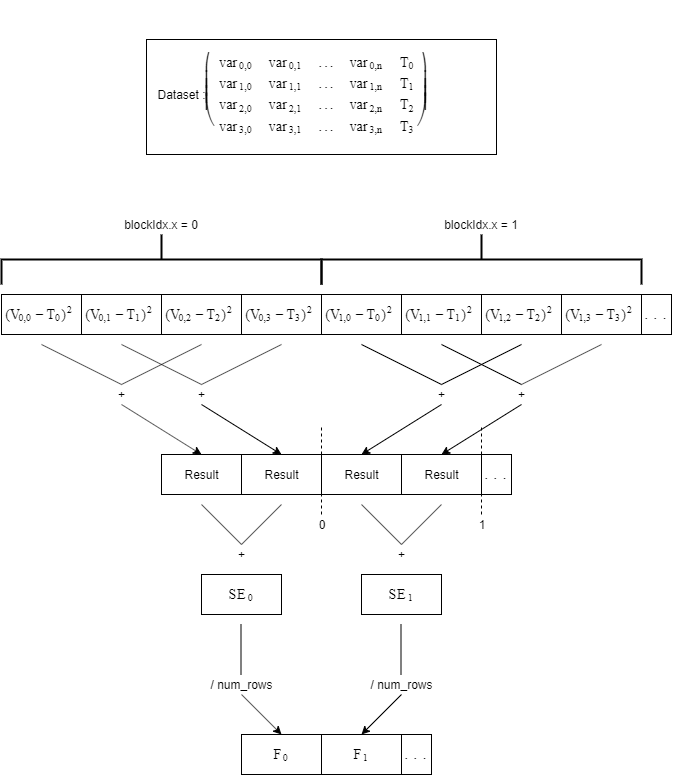
Before: paper_latex/Fitness_Calculation1.png, a diagram exported from draw.io (JoaoDavid/pcm1920_project). Source tidied: cells renumbered, new cells last; positions are measured from the earlier drawing's top-left corner, leaving out a move shared by most shapes. Source of this version:
```xml
<mxGraphModel math="1">
  <root>
    <mxCell id="0" />
    <mxCell id="1" parent="0" />
    <mxCell id="2" value="Result" style="rounded=0;whiteSpace=wrap;html=1;" parent="1" vertex="1">
      <mxGeometry x="160" y="415" width="80" height="40" as="geometry" />
    </mxCell>
    <mxCell id="3" style="endArrow=none;dashed=1;html=1;" parent="1" edge="1">
      <mxGeometry relative="1" as="geometry">
        <mxPoint x="320" y="475" as="sourcePoint" />
        <mxPoint x="320" y="385" as="targetPoint" />
      </mxGeometry>
    </mxCell>
    <mxCell id="4" value="0" style="text;html=1;strokeColor=none;fillColor=none;align=center;verticalAlign=middle;whiteSpace=wrap;rounded=0;" parent="1" vertex="1">
      <mxGeometry x="300" y="475" width="40" height="20" as="geometry" />
    </mxCell>
    <mxCell id="5" style="endArrow=none;html=1;" parent="1" edge="1">
      <mxGeometry relative="1" as="geometry">
        <mxPoint x="240" y="505" as="sourcePoint" />
        <mxPoint x="200" y="465" as="targetPoint" />
      </mxGeometry>
    </mxCell>
    <mxCell id="6" style="endArrow=none;html=1;" parent="1" edge="1">
      <mxGeometry relative="1" as="geometry">
        <mxPoint x="240" y="505" as="sourcePoint" />
        <mxPoint x="280" y="465" as="targetPoint" />
      </mxGeometry>
    </mxCell>
    <mxCell id="7" value="Result" style="rounded=0;whiteSpace=wrap;html=1;" parent="1" vertex="1">
      <mxGeometry x="240" y="415" width="80" height="40" as="geometry" />
    </mxCell>
    <mxCell id="8" value="Result" style="rounded=0;whiteSpace=wrap;html=1;" parent="1" vertex="1">
      <mxGeometry x="320" y="415" width="80" height="40" as="geometry" />
    </mxCell>
    <mxCell id="9" value="Result" style="rounded=0;whiteSpace=wrap;html=1;" parent="1" vertex="1">
      <mxGeometry x="400" y="415" width="80" height="40" as="geometry" />
    </mxCell>
    <mxCell id="10" value="$$.\ .\ .$$" style="rounded=0;whiteSpace=wrap;html=1;" parent="1" vertex="1">
      <mxGeometry x="480" y="415" width="30" height="40" as="geometry" />
    </mxCell>
    <mxCell id="11" value="+" style="text;html=1;strokeColor=none;fillColor=none;align=center;verticalAlign=middle;whiteSpace=wrap;rounded=0;" parent="1" vertex="1">
      <mxGeometry x="220" y="505" width="40" height="20" as="geometry" />
    </mxCell>
    <mxCell id="12" value="$$SE_0$$" style="rounded=0;whiteSpace=wrap;html=1;" parent="1" vertex="1">
      <mxGeometry x="200" y="535" width="80" height="40" as="geometry" />
    </mxCell>
    <mxCell id="13" value="$$SE_1$$" style="rounded=0;whiteSpace=wrap;html=1;" parent="1" vertex="1">
      <mxGeometry x="360" y="535" width="80" height="40" as="geometry" />
    </mxCell>
    <mxCell id="14" style="endArrow=none;html=1;" parent="1" edge="1">
      <mxGeometry relative="1" as="geometry">
        <mxPoint x="400" y="505" as="sourcePoint" />
        <mxPoint x="360" y="465" as="targetPoint" />
      </mxGeometry>
    </mxCell>
    <mxCell id="15" style="endArrow=none;html=1;" parent="1" edge="1">
      <mxGeometry relative="1" as="geometry">
        <mxPoint x="400" y="505" as="sourcePoint" />
        <mxPoint x="440" y="465" as="targetPoint" />
      </mxGeometry>
    </mxCell>
    <mxCell id="16" value="+" style="text;html=1;strokeColor=none;fillColor=none;align=center;verticalAlign=middle;whiteSpace=wrap;rounded=0;" parent="1" vertex="1">
      <mxGeometry x="380" y="505" width="40" height="20" as="geometry" />
    </mxCell>
    <mxCell id="17" style="endArrow=none;html=1;" parent="1" edge="1">
      <mxGeometry relative="1" as="geometry">
        <mxPoint x="239.5" y="635" as="sourcePoint" />
        <mxPoint x="239.5" y="585" as="targetPoint" />
      </mxGeometry>
    </mxCell>
    <mxCell id="18" value="/ num_rows" style="text;html=1;strokeColor=none;fillColor=none;align=center;verticalAlign=middle;whiteSpace=wrap;rounded=0;" parent="1" vertex="1">
      <mxGeometry x="205" y="635" width="70" height="20" as="geometry" />
    </mxCell>
    <mxCell id="19" style="endArrow=none;html=1;" parent="1" edge="1">
      <mxGeometry relative="1" as="geometry">
        <mxPoint x="399.5" y="635" as="sourcePoint" />
        <mxPoint x="399.5" y="585" as="targetPoint" />
      </mxGeometry>
    </mxCell>
    <mxCell id="20" value="/ num_rows" style="text;html=1;strokeColor=none;fillColor=none;align=center;verticalAlign=middle;whiteSpace=wrap;rounded=0;" parent="1" vertex="1">
      <mxGeometry x="365" y="635" width="70" height="20" as="geometry" />
    </mxCell>
    <mxCell id="21" value="$$F_0$$" style="rounded=0;whiteSpace=wrap;html=1;" parent="1" vertex="1">
      <mxGeometry x="240" y="695" width="80" height="40" as="geometry" />
    </mxCell>
    <mxCell id="22" value="$$F_1$$" style="rounded=0;whiteSpace=wrap;html=1;" parent="1" vertex="1">
      <mxGeometry x="320" y="695" width="80" height="40" as="geometry" />
    </mxCell>
    <mxCell id="23" style="endArrow=classic;html=1;exitX=0.5;exitY=1;exitDx=0;exitDy=0;entryX=0.5;entryY=0;entryDx=0;entryDy=0;" parent="1" edge="1" source="18" target="21">
      <mxGeometry relative="1" as="geometry" />
    </mxCell>
    <mxCell id="24" style="endArrow=classic;html=1;entryX=0.5;entryY=0;entryDx=0;entryDy=0;exitX=0.5;exitY=1;exitDx=0;exitDy=0;" parent="1" edge="1" source="20" target="22">
      <mxGeometry relative="1" as="geometry" />
    </mxCell>
    <mxCell id="25" value="$$.\ .\ .$$" style="rounded=0;whiteSpace=wrap;html=1;" parent="1" vertex="1">
      <mxGeometry x="400" y="695" width="30" height="40" as="geometry" />
    </mxCell>
    <mxCell id="26" style="endArrow=none;dashed=1;html=1;" parent="1" edge="1">
      <mxGeometry relative="1" as="geometry">
        <mxPoint x="480" y="475" as="sourcePoint" />
        <mxPoint x="480" y="385" as="targetPoint" />
      </mxGeometry>
    </mxCell>
    <mxCell id="27" value="1" style="text;html=1;strokeColor=none;fillColor=none;align=center;verticalAlign=middle;whiteSpace=wrap;rounded=0;" parent="1" vertex="1">
      <mxGeometry x="460" y="475" width="40" height="20" as="geometry" />
    </mxCell>
    <mxCell id="28" value="$$(V_{0,0}- T_{0})^{2}$$" style="rounded=0;whiteSpace=wrap;html=1;" parent="1" vertex="1">
      <mxGeometry y="255" width="80" height="40" as="geometry" />
    </mxCell>
    <mxCell id="29" value="$$(V_{0,1} - T_{1})^{2}$$" style="rounded=0;whiteSpace=wrap;html=1;" parent="1" vertex="1">
      <mxGeometry x="80" y="255" width="80" height="40" as="geometry" />
    </mxCell>
    <mxCell id="30" value="$$(V_{0,2}- T_{2})^{2}$$" style="rounded=0;whiteSpace=wrap;html=1;" parent="1" vertex="1">
      <mxGeometry x="160" y="255" width="80" height="40" as="geometry" />
    </mxCell>
    <mxCell id="31" value="$$(V_{0,3} - T_{3})^{2}&lt;br&gt;$$" style="rounded=0;whiteSpace=wrap;html=1;" parent="1" vertex="1">
      <mxGeometry x="240" y="255" width="80" height="40" as="geometry" />
    </mxCell>
    <mxCell id="32" value="$$(V_{1,0} - T_{0})^{2}&lt;br&gt;$$" style="rounded=0;whiteSpace=wrap;html=1;" parent="1" vertex="1">
      <mxGeometry x="320" y="255" width="80" height="40" as="geometry" />
    </mxCell>
    <mxCell id="33" value="$$(V_{1,1}- T_{1})^{2}&lt;br&gt;$$" style="rounded=0;whiteSpace=wrap;html=1;" parent="1" vertex="1">
      <mxGeometry x="400" y="255" width="80" height="40" as="geometry" />
    </mxCell>
    <mxCell id="34" value="$$(V_{1,2}- T_{2})^{2}&lt;br&gt;$$" style="rounded=0;whiteSpace=wrap;html=1;" parent="1" vertex="1">
      <mxGeometry x="480" y="255" width="80" height="40" as="geometry" />
    </mxCell>
    <mxCell id="35" value="$$(V_{1,3} - T_{3})^{2}&lt;br&gt;$$" style="rounded=0;whiteSpace=wrap;html=1;" parent="1" vertex="1">
      <mxGeometry x="560" y="255" width="80" height="40" as="geometry" />
    </mxCell>
    <mxCell id="36" value="$$.\ .\ .$$" style="rounded=0;whiteSpace=wrap;html=1;" parent="1" vertex="1">
      <mxGeometry x="640" y="255" width="30" height="40" as="geometry" />
    </mxCell>
    <mxCell id="37" style="endArrow=none;html=1;" parent="1" edge="1">
      <mxGeometry relative="1" as="geometry">
        <mxPoint x="120" y="345" as="sourcePoint" />
        <mxPoint x="40" y="305" as="targetPoint" />
      </mxGeometry>
    </mxCell>
    <mxCell id="38" style="endArrow=none;html=1;" parent="1" edge="1">
      <mxGeometry relative="1" as="geometry">
        <mxPoint x="120" y="345" as="sourcePoint" />
        <mxPoint x="200" y="305" as="targetPoint" />
      </mxGeometry>
    </mxCell>
    <mxCell id="39" style="rounded=0;jettySize=auto;html=1;exitX=0.5;exitY=1;exitDx=0;exitDy=0;entryX=0.5;entryY=0;entryDx=0;entryDy=0;" parent="1" edge="1" source="40" target="2">
      <mxGeometry relative="1" as="geometry" />
    </mxCell>
    <mxCell id="40" value="+" style="text;html=1;strokeColor=none;fillColor=none;align=center;verticalAlign=middle;whiteSpace=wrap;rounded=0;" parent="1" vertex="1">
      <mxGeometry x="100" y="345" width="40" height="20" as="geometry" />
    </mxCell>
    <mxCell id="41" style="edgeStyle=none;rounded=0;jettySize=auto;html=1;exitX=0.5;exitY=1;exitDx=0;exitDy=0;entryX=0.5;entryY=0;entryDx=0;entryDy=0;" parent="1" edge="1" source="42" target="7">
      <mxGeometry relative="1" as="geometry" />
    </mxCell>
    <mxCell id="42" value="+" style="text;html=1;strokeColor=none;fillColor=none;align=center;verticalAlign=middle;whiteSpace=wrap;rounded=0;" parent="1" vertex="1">
      <mxGeometry x="180" y="345" width="40" height="20" as="geometry" />
    </mxCell>
    <mxCell id="43" style="edgeStyle=none;rounded=0;jettySize=auto;html=1;exitX=0.5;exitY=1;exitDx=0;exitDy=0;entryX=0.5;entryY=0;entryDx=0;entryDy=0;" parent="1" edge="1" source="44" target="8">
      <mxGeometry relative="1" as="geometry" />
    </mxCell>
    <mxCell id="44" value="+" style="text;html=1;strokeColor=none;fillColor=none;align=center;verticalAlign=middle;whiteSpace=wrap;rounded=0;" parent="1" vertex="1">
      <mxGeometry x="420" y="345" width="40" height="20" as="geometry" />
    </mxCell>
    <mxCell id="45" style="edgeStyle=none;rounded=0;jettySize=auto;html=1;exitX=0.5;exitY=1;exitDx=0;exitDy=0;entryX=0.5;entryY=0;entryDx=0;entryDy=0;" parent="1" edge="1" source="46" target="9">
      <mxGeometry relative="1" as="geometry" />
    </mxCell>
    <mxCell id="46" value="+" style="text;html=1;strokeColor=none;fillColor=none;align=center;verticalAlign=middle;whiteSpace=wrap;rounded=0;" parent="1" vertex="1">
      <mxGeometry x="500" y="345" width="40" height="20" as="geometry" />
    </mxCell>
    <mxCell id="47" value="$$\begin{pmatrix}&amp;nbsp;&lt;br&gt;var_{0,0} &amp;amp; var_{0,1} &amp;amp; ... &amp;amp; var_{0,n} &amp;amp; T_{0} \\&lt;br&gt;var_{1,0} &amp;amp; var_{1,1} &amp;amp; ... &amp;amp; var_{1,n} &amp;amp; T_{1} \\&lt;br&gt;var_{2,0} &amp;amp; var_{2,1} &amp;amp; ... &amp;amp; var_{2,n} &amp;amp; T_{2} \\&lt;br&gt;var_{3,0} &amp;amp; var_{3,1} &amp;amp; ... &amp;amp; var_{3,n} &amp;amp; T_{3}&lt;br&gt;\end{pmatrix}$$" style="text;html=1;strokeColor=none;fillColor=none;align=center;verticalAlign=middle;whiteSpace=wrap;rounded=0;" parent="1" vertex="1">
      <mxGeometry x="252.5" y="20" width="125" height="70" as="geometry" />
    </mxCell>
    <mxCell id="48" value="Dataset :" style="text;html=1;strokeColor=none;fillColor=none;align=center;verticalAlign=middle;whiteSpace=wrap;rounded=0;" parent="1" vertex="1">
      <mxGeometry x="145" y="45" width="70" height="20" as="geometry" />
    </mxCell>
    <mxCell id="49" style="rounded=0;whiteSpace=wrap;html=1;" parent="1" vertex="1">
      <mxGeometry x="145" width="350" height="115" as="geometry" />
    </mxCell>
    <mxCell id="50" style="strokeWidth=2;html=1;shape=mxgraph.flowchart.annotation_2;align=left;labelPosition=right;rotation=90;" parent="1" vertex="1">
      <mxGeometry x="135" y="60" width="50" height="320" as="geometry" />
    </mxCell>
    <mxCell id="51" value="blockIdx.x = 0" style="text;html=1;strokeColor=none;fillColor=none;align=center;verticalAlign=middle;whiteSpace=wrap;rounded=0;" parent="1" vertex="1">
      <mxGeometry x="112.5" y="175" width="95" height="20" as="geometry" />
    </mxCell>
    <mxCell id="52" style="strokeWidth=2;html=1;shape=mxgraph.flowchart.annotation_2;align=left;labelPosition=right;rotation=90;" parent="1" vertex="1">
      <mxGeometry x="455" y="60" width="50" height="320" as="geometry" />
    </mxCell>
    <mxCell id="53" value="blockIdx.x = 1" style="text;html=1;strokeColor=none;fillColor=none;align=center;verticalAlign=middle;whiteSpace=wrap;rounded=0;" parent="1" vertex="1">
      <mxGeometry x="432.5" y="175" width="95" height="20" as="geometry" />
    </mxCell>
    <mxCell id="54" style="endArrow=none;html=1;" parent="1" edge="1">
      <mxGeometry relative="1" as="geometry">
        <mxPoint x="200" y="345" as="sourcePoint" />
        <mxPoint x="120" y="305" as="targetPoint" />
      </mxGeometry>
    </mxCell>
    <mxCell id="55" style="endArrow=none;html=1;" parent="1" edge="1">
      <mxGeometry relative="1" as="geometry">
        <mxPoint x="200" y="345" as="sourcePoint" />
        <mxPoint x="280" y="305" as="targetPoint" />
      </mxGeometry>
    </mxCell>
    <mxCell id="56" style="endArrow=none;html=1;" parent="1" edge="1">
      <mxGeometry relative="1" as="geometry">
        <mxPoint x="440" y="345" as="sourcePoint" />
        <mxPoint x="360" y="305" as="targetPoint" />
      </mxGeometry>
    </mxCell>
    <mxCell id="57" style="endArrow=none;html=1;" parent="1" edge="1">
      <mxGeometry relative="1" as="geometry">
        <mxPoint x="440" y="345" as="sourcePoint" />
        <mxPoint x="520" y="305" as="targetPoint" />
      </mxGeometry>
    </mxCell>
    <mxCell id="58" style="endArrow=none;html=1;" parent="1" edge="1">
      <mxGeometry relative="1" as="geometry">
        <mxPoint x="520" y="345" as="sourcePoint" />
        <mxPoint x="440" y="305" as="targetPoint" />
      </mxGeometry>
    </mxCell>
    <mxCell id="59" style="endArrow=none;html=1;" parent="1" edge="1">
      <mxGeometry relative="1" as="geometry">
        <mxPoint x="520" y="345" as="sourcePoint" />
        <mxPoint x="600" y="305" as="targetPoint" />
      </mxGeometry>
    </mxCell>
  </root>
</mxGraphModel>
```
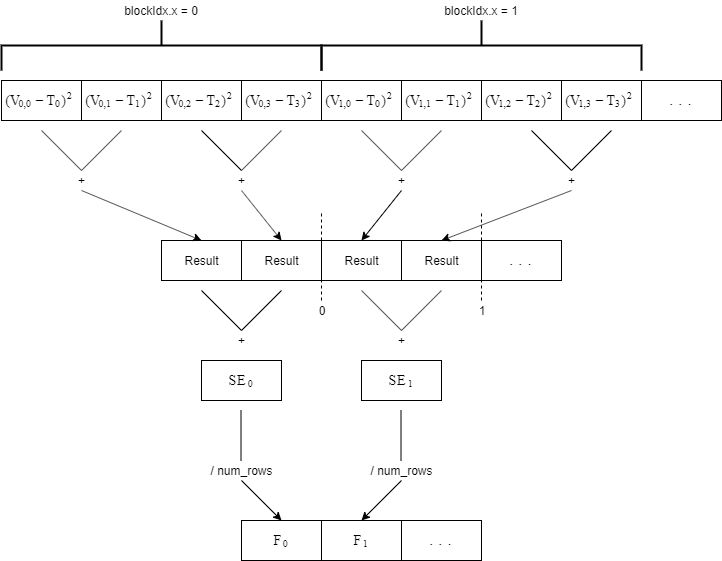
After the commit.

Diff of the diagram source:
```diff
@@ -36,7 +36,7 @@
       <mxGeometry x="400" y="415" width="80" height="40" as="geometry" />
     </mxCell>
     <mxCell id="10" value="$$.\ .\ .$$" style="rounded=0;whiteSpace=wrap;html=1;" parent="1" vertex="1">
-      <mxGeometry x="480" y="415" width="30" height="40" as="geometry" />
+      <mxGeometry x="480" y="415" width="80" height="40" as="geometry" />
     </mxCell>
     <mxCell id="11" value="+" style="text;html=1;strokeColor=none;fillColor=none;align=center;verticalAlign=middle;whiteSpace=wrap;rounded=0;" parent="1" vertex="1">
       <mxGeometry x="220" y="505" width="40" height="20" as="geometry" />
@@ -93,7 +93,7 @@
       <mxGeometry relative="1" as="geometry" />
     </mxCell>
     <mxCell id="25" value="$$.\ .\ .$$" style="rounded=0;whiteSpace=wrap;html=1;" parent="1" vertex="1">
-      <mxGeometry x="400" y="695" width="30" height="40" as="geometry" />
+      <mxGeometry x="400" y="695" width="80" height="40" as="geometry" />
     </mxCell>
     <mxCell id="26" style="endArrow=none;dashed=1;html=1;" parent="1" edge="1">
       <mxGeometry relative="1" as="geometry">
@@ -129,53 +129,80 @@
       <mxGeometry x="560" y="255" width="80" height="40" as="geometry" />
     </mxCell>
     <mxCell id="36" value="$$.\ .\ .$$" style="rounded=0;whiteSpace=wrap;html=1;" parent="1" vertex="1">
-      <mxGeometry x="640" y="255" width="30" height="40" as="geometry" />
+      <mxGeometry x="640" y="255" width="80" height="40" as="geometry" />
     </mxCell>
     <mxCell id="37" style="endArrow=none;html=1;" parent="1" edge="1">
       <mxGeometry relative="1" as="geometry">
-        <mxPoint x="120" y="345" as="sourcePoint" />
+        <mxPoint x="80" y="345" as="sourcePoint" />
         <mxPoint x="40" y="305" as="targetPoint" />
       </mxGeometry>
     </mxCell>
     <mxCell id="38" style="endArrow=none;html=1;" parent="1" edge="1">
       <mxGeometry relative="1" as="geometry">
-        <mxPoint x="120" y="345" as="sourcePoint" />
-        <mxPoint x="200" y="305" as="targetPoint" />
+        <mxPoint x="80" y="345" as="sourcePoint" />
+        <mxPoint x="120" y="305" as="targetPoint" />
       </mxGeometry>
     </mxCell>
     <mxCell id="39" style="rounded=0;jettySize=auto;html=1;exitX=0.5;exitY=1;exitDx=0;exitDy=0;entryX=0.5;entryY=0;entryDx=0;entryDy=0;" parent="1" edge="1" source="40" target="2">
       <mxGeometry relative="1" as="geometry" />
     </mxCell>
     <mxCell id="40" value="+" style="text;html=1;strokeColor=none;fillColor=none;align=center;verticalAlign=middle;whiteSpace=wrap;rounded=0;" parent="1" vertex="1">
-      <mxGeometry x="100" y="345" width="40" height="20" as="geometry" />
+      <mxGeometry x="60" y="345" width="40" height="20" as="geometry" />
     </mxCell>
+    <mxCell id="60" style="endArrow=none;html=1;" parent="1" edge="1">
+      <mxGeometry relative="1" as="geometry">
+        <mxPoint x="240" y="345" as="sourcePoint" />
+        <mxPoint x="200" y="305" as="targetPoint" />
+      </mxGeometry>
+    </mxCell>
+    <mxCell id="61" style="endArrow=none;html=1;" parent="1" edge="1">
+      <mxGeometry relative="1" as="geometry">
+        <mxPoint x="240" y="345" as="sourcePoint" />
+        <mxPoint x="280" y="305" as="targetPoint" />
+      </mxGeometry>
+    </mxCell>
     <mxCell id="41" style="edgeStyle=none;rounded=0;jettySize=auto;html=1;exitX=0.5;exitY=1;exitDx=0;exitDy=0;entryX=0.5;entryY=0;entryDx=0;entryDy=0;" parent="1" edge="1" source="42" target="7">
       <mxGeometry relative="1" as="geometry" />
     </mxCell>
     <mxCell id="42" value="+" style="text;html=1;strokeColor=none;fillColor=none;align=center;verticalAlign=middle;whiteSpace=wrap;rounded=0;" parent="1" vertex="1">
-      <mxGeometry x="180" y="345" width="40" height="20" as="geometry" />
+      <mxGeometry x="220" y="345" width="40" height="20" as="geometry" />
     </mxCell>
+    <mxCell id="62" style="endArrow=none;html=1;" parent="1" edge="1">
+      <mxGeometry relative="1" as="geometry">
+        <mxPoint x="400" y="345" as="sourcePoint" />
+        <mxPoint x="360" y="305" as="targetPoint" />
+      </mxGeometry>
+    </mxCell>
+    <mxCell id="63" style="endArrow=none;html=1;" parent="1" edge="1">
+      <mxGeometry relative="1" as="geometry">
+        <mxPoint x="400" y="345" as="sourcePoint" />
+        <mxPoint x="440" y="305" as="targetPoint" />
+      </mxGeometry>
+    </mxCell>
     <mxCell id="43" style="edgeStyle=none;rounded=0;jettySize=auto;html=1;exitX=0.5;exitY=1;exitDx=0;exitDy=0;entryX=0.5;entryY=0;entryDx=0;entryDy=0;" parent="1" edge="1" source="44" target="8">
       <mxGeometry relative="1" as="geometry" />
     </mxCell>
     <mxCell id="44" value="+" style="text;html=1;strokeColor=none;fillColor=none;align=center;verticalAlign=middle;whiteSpace=wrap;rounded=0;" parent="1" vertex="1">
-      <mxGeometry x="420" y="345" width="40" height="20" as="geometry" />
+      <mxGeometry x="380" y="345" width="40" height="20" as="geometry" />
     </mxCell>
+    <mxCell id="64" style="endArrow=none;html=1;" parent="1" edge="1">
+      <mxGeometry relative="1" as="geometry">
+        <mxPoint x="570" y="345" as="sourcePoint" />
+        <mxPoint x="530" y="305" as="targetPoint" />
+      </mxGeometry>
+    </mxCell>
+    <mxCell id="65" style="endArrow=none;html=1;" parent="1" edge="1">
+      <mxGeometry relative="1" as="geometry">
+        <mxPoint x="570" y="345" as="sourcePoint" />
+        <mxPoint x="610" y="305" as="targetPoint" />
+      </mxGeometry>
+    </mxCell>
     <mxCell id="45" style="edgeStyle=none;rounded=0;jettySize=auto;html=1;exitX=0.5;exitY=1;exitDx=0;exitDy=0;entryX=0.5;entryY=0;entryDx=0;entryDy=0;" parent="1" edge="1" source="46" target="9">
       <mxGeometry relative="1" as="geometry" />
     </mxCell>
     <mxCell id="46" value="+" style="text;html=1;strokeColor=none;fillColor=none;align=center;verticalAlign=middle;whiteSpace=wrap;rounded=0;" parent="1" vertex="1">
-      <mxGeometry x="500" y="345" width="40" height="20" as="geometry" />
+      <mxGeometry x="550" y="345" width="40" height="20" as="geometry" />
     </mxCell>
-    <mxCell id="47" value="$$\begin{pmatrix}&amp;nbsp;&lt;br&gt;var_{0,0} &amp;amp; var_{0,1} &amp;amp; ... &amp;amp; var_{0,n} &amp;amp; T_{0} \\&lt;br&gt;var_{1,0} &amp;amp; var_{1,1} &amp;amp; ... &amp;amp; var_{1,n} &amp;amp; T_{1} \\&lt;br&gt;var_{2,0} &amp;amp; var_{2,1} &amp;amp; ... &amp;amp; var_{2,n} &amp;amp; T_{2} \\&lt;br&gt;var_{3,0} &amp;amp; var_{3,1} &amp;amp; ... &amp;amp; var_{3,n} &amp;amp; T_{3}&lt;br&gt;\end{pmatrix}$$" style="text;html=1;strokeColor=none;fillColor=none;align=center;verticalAlign=middle;whiteSpace=wrap;rounded=0;" parent="1" vertex="1">
-      <mxGeometry x="252.5" y="20" width="125" height="70" as="geometry" />
-    </mxCell>
-    <mxCell id="48" value="Dataset :" style="text;html=1;strokeColor=none;fillColor=none;align=center;verticalAlign=middle;whiteSpace=wrap;rounded=0;" parent="1" vertex="1">
-      <mxGeometry x="145" y="45" width="70" height="20" as="geometry" />
-    </mxCell>
-    <mxCell id="49" style="rounded=0;whiteSpace=wrap;html=1;" parent="1" vertex="1">
-      <mxGeometry x="145" width="350" height="115" as="geometry" />
-    </mxCell>
     <mxCell id="50" style="strokeWidth=2;html=1;shape=mxgraph.flowchart.annotation_2;align=left;labelPosition=right;rotation=90;" parent="1" vertex="1">
       <mxGeometry x="135" y="60" width="50" height="320" as="geometry" />
     </mxCell>
@@ -188,41 +215,5 @@
     <mxCell id="53" value="blockIdx.x = 1" style="text;html=1;strokeColor=none;fillColor=none;align=center;verticalAlign=middle;whiteSpace=wrap;rounded=0;" parent="1" vertex="1">
       <mxGeometry x="432.5" y="175" width="95" height="20" as="geometry" />
     </mxCell>
-    <mxCell id="54" style="endArrow=none;html=1;" parent="1" edge="1">
-      <mxGeometry relative="1" as="geometry">
-        <mxPoint x="200" y="345" as="sourcePoint" />
-        <mxPoint x="120" y="305" as="targetPoint" />
-      </mxGeometry>
-    </mxCell>
-    <mxCell id="55" style="endArrow=none;html=1;" parent="1" edge="1">
-      <mxGeometry relative="1" as="geometry">
-        <mxPoint x="200" y="345" as="sourcePoint" />
-        <mxPoint x="280" y="305" as="targetPoint" />
-      </mxGeometry>
-    </mxCell>
-    <mxCell id="56" style="endArrow=none;html=1;" parent="1" edge="1">
-      <mxGeometry relative="1" as="geometry">
-        <mxPoint x="440" y="345" as="sourcePoint" />
-        <mxPoint x="360" y="305" as="targetPoint" />
-      </mxGeometry>
-    </mxCell>
-    <mxCell id="57" style="endArrow=none;html=1;" parent="1" edge="1">
-      <mxGeometry relative="1" as="geometry">
-        <mxPoint x="440" y="345" as="sourcePoint" />
-        <mxPoint x="520" y="305" as="targetPoint" />
-      </mxGeometry>
-    </mxCell>
-    <mxCell id="58" style="endArrow=none;html=1;" parent="1" edge="1">
-      <mxGeometry relative="1" as="geometry">
-        <mxPoint x="520" y="345" as="sourcePoint" />
-        <mxPoint x="440" y="305" as="targetPoint" />
-      </mxGeometry>
-    </mxCell>
-    <mxCell id="59" style="endArrow=none;html=1;" parent="1" edge="1">
-      <mxGeometry relative="1" as="geometry">
-        <mxPoint x="520" y="345" as="sourcePoint" />
-        <mxPoint x="600" y="305" as="targetPoint" />
-      </mxGeometry>
-    </mxCell>
   </root>
 </mxGraphModel>
```
